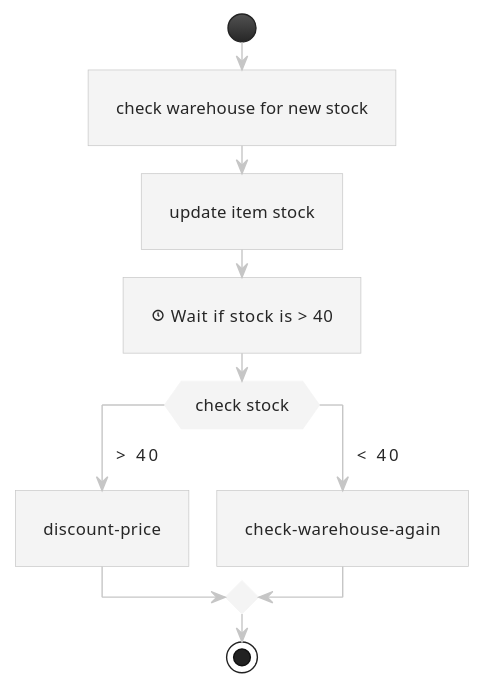
Earlier version of the PlantUML export example/check-warehouse.svg (sterlp/pmw).
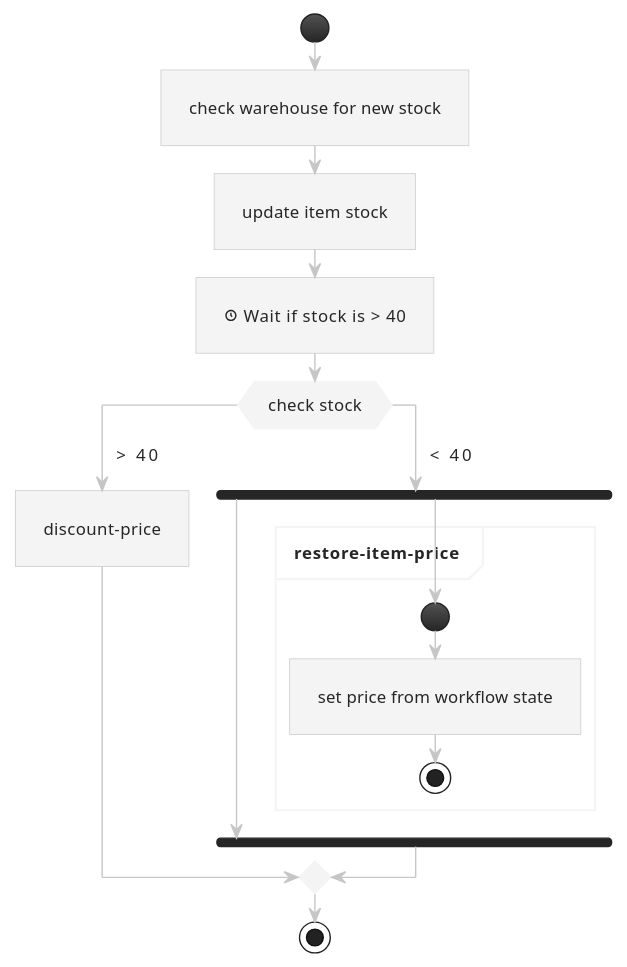
Above is the later version.

Diff of the diagram source:
```diff
@@ -8,7 +8,14 @@
 case (> 40)
 :discount-price;
 case (< 40)
-:check-warehouse-again;
+fork
+fork again
+partition "restore-item-price"{
+start
+:set price from workflow state;
+stop
+}
+endfork
 endswitch
 stop
 @enduml
```
